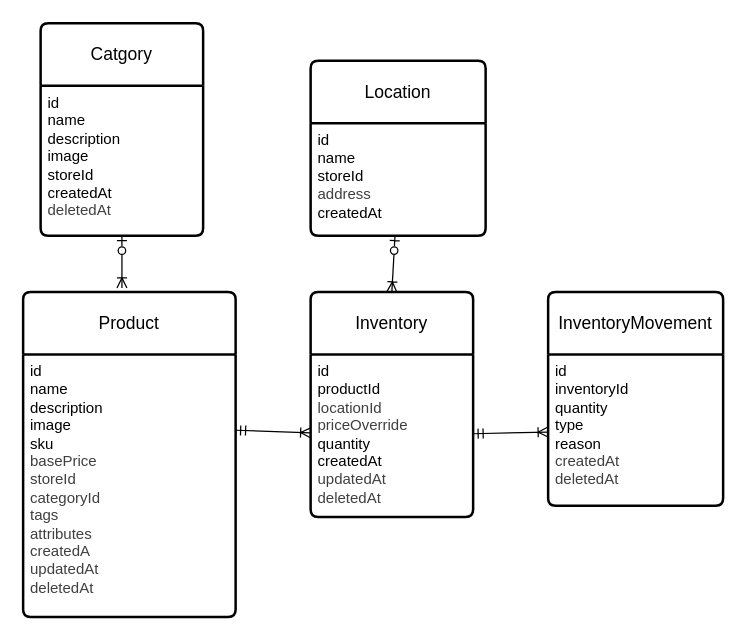
Before: docs/database-design.drawio in iamArvy/inventra-inventory-service, a draw.io diagram. Source tidied: cells renumbered, new cells numbered last; positions are measured from the earlier drawing's top-left corner, leaving out a move shared by most shapes. Both pictures are drawn from the tidied source at 125%, with x=0, y=0 at pixel (22, 22).
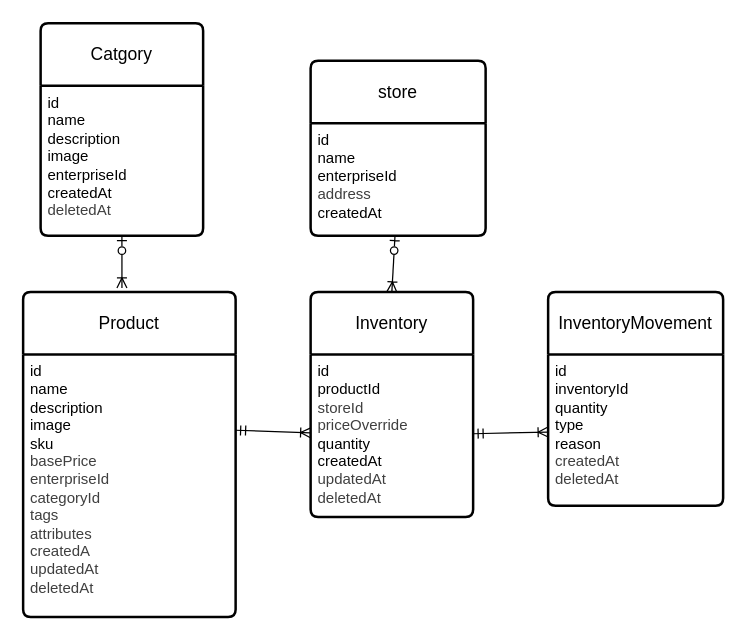
The same page after the edit.

Change to the diagram source:
```diff
@@
 <mxGraphModel>
   <root>
     <mxCell id="0" />
     <mxCell id="1" parent="0" />
     <mxCell id="2" value="Product" style="swimlane;horizontal=1;startSize=50;rounded=1;fontSize=14;fontStyle=0;strokeWidth=2;shadow=0;dashed=0;align=center;arcSize=4;whiteSpace=wrap;html=1;" parent="1" vertex="1">
       <mxGeometry y="215" width="170" height="260" as="geometry" />
     </mxCell>
-    <mxCell id="3" value="id&lt;br&gt;name&lt;div&gt;&lt;div&gt;&lt;div&gt;description&lt;/div&gt;&lt;div&gt;image&lt;/div&gt;&lt;div&gt;sku&lt;/div&gt;&lt;div&gt;&lt;span style=&quot;color: rgb(63, 63, 63); background-color: transparent;&quot;&gt;basePrice&lt;/span&gt;&lt;/div&gt;&lt;div&gt;&lt;span style=&quot;color: rgb(63, 63, 63); background-color: transparent;&quot;&gt;storeId&lt;/span&gt;&lt;/div&gt;&lt;div&gt;&lt;span style=&quot;color: rgb(63, 63, 63); background-color: transparent;&quot;&gt;categoryId&lt;/span&gt;&lt;/div&gt;&lt;div&gt;&lt;span style=&quot;color: rgb(63, 63, 63); background-color: transparent;&quot;&gt;tags&lt;/span&gt;&lt;/div&gt;&lt;div&gt;&lt;span style=&quot;color: rgb(63, 63, 63); background-color: transparent;&quot;&gt;attributes&lt;/span&gt;&lt;/div&gt;&lt;div&gt;&lt;span style=&quot;color: rgb(63, 63, 63); background-color: transparent;&quot;&gt;createdA&lt;/span&gt;&lt;/div&gt;&lt;div&gt;&lt;span style=&quot;color: rgb(63, 63, 63); background-color: transparent;&quot;&gt;updatedAt&lt;/span&gt;&lt;/div&gt;&lt;div&gt;&lt;span style=&quot;color: rgb(63, 63, 63); background-color: transparent;&quot;&gt;deletedAt&lt;/span&gt;&lt;/div&gt;&lt;/div&gt;&lt;/div&gt;" style="align=left;strokeColor=none;fillColor=none;spacingLeft=4;fontSize=12;verticalAlign=top;html=1;" parent="2" vertex="1">
+    <mxCell id="3" value="id&lt;br&gt;name&lt;div&gt;&lt;div&gt;&lt;div&gt;description&lt;/div&gt;&lt;div&gt;image&lt;/div&gt;&lt;div&gt;sku&lt;/div&gt;&lt;div&gt;&lt;span style=&quot;color: rgb(63, 63, 63); background-color: transparent;&quot;&gt;basePrice&lt;/span&gt;&lt;/div&gt;&lt;div&gt;&lt;span style=&quot;color: rgb(63, 63, 63); background-color: transparent;&quot;&gt;enterpriseId&lt;/span&gt;&lt;/div&gt;&lt;div&gt;&lt;span style=&quot;color: rgb(63, 63, 63); background-color: transparent;&quot;&gt;categoryId&lt;/span&gt;&lt;/div&gt;&lt;div&gt;&lt;span style=&quot;color: rgb(63, 63, 63); background-color: transparent;&quot;&gt;tags&lt;/span&gt;&lt;/div&gt;&lt;div&gt;&lt;span style=&quot;color: rgb(63, 63, 63); background-color: transparent;&quot;&gt;attributes&lt;/span&gt;&lt;/div&gt;&lt;div&gt;&lt;span style=&quot;color: rgb(63, 63, 63); background-color: transparent;&quot;&gt;createdA&lt;/span&gt;&lt;/div&gt;&lt;div&gt;&lt;span style=&quot;color: rgb(63, 63, 63); background-color: transparent;&quot;&gt;updatedAt&lt;/span&gt;&lt;/div&gt;&lt;div&gt;&lt;span style=&quot;color: rgb(63, 63, 63); background-color: transparent;&quot;&gt;deletedAt&lt;/span&gt;&lt;/div&gt;&lt;/div&gt;&lt;/div&gt;" style="align=left;strokeColor=none;fillColor=none;spacingLeft=4;fontSize=12;verticalAlign=top;html=1;" parent="2" vertex="1">
       <mxGeometry y="50" width="170" height="210" as="geometry" />
     </mxCell>
     <mxCell id="4" value="Catgory" style="swimlane;horizontal=1;startSize=50;rounded=1;fontSize=14;fontStyle=0;strokeWidth=2;shadow=0;dashed=0;align=center;arcSize=4;whiteSpace=wrap;html=1;" parent="1" vertex="1">
       <mxGeometry x="14" width="130" height="170" as="geometry" />
     </mxCell>
-    <mxCell id="5" value="id&lt;br&gt;name&lt;div&gt;description&lt;/div&gt;&lt;div&gt;image&lt;/div&gt;&lt;div&gt;&lt;span style=&quot;background-color: transparent;&quot;&gt;storeId&lt;/span&gt;&lt;/div&gt;&lt;div&gt;&lt;span style=&quot;background-color: transparent;&quot;&gt;createdAt&lt;/span&gt;&lt;/div&gt;&lt;div&gt;&lt;span style=&quot;color: rgb(63, 63, 63); background-color: transparent;&quot;&gt;deletedAt&lt;/span&gt;&lt;/div&gt;" style="align=left;strokeColor=none;fillColor=none;spacingLeft=4;fontSize=12;verticalAlign=top;html=1;" parent="4" vertex="1">
+    <mxCell id="5" value="id&lt;br&gt;name&lt;div&gt;description&lt;/div&gt;&lt;div&gt;image&lt;/div&gt;&lt;div&gt;&lt;span style=&quot;background-color: transparent;&quot;&gt;enterpriseId&lt;/span&gt;&lt;/div&gt;&lt;div&gt;&lt;span style=&quot;background-color: transparent;&quot;&gt;createdAt&lt;/span&gt;&lt;/div&gt;&lt;div&gt;&lt;span style=&quot;color: rgb(63, 63, 63); background-color: transparent;&quot;&gt;deletedAt&lt;/span&gt;&lt;/div&gt;" style="align=left;strokeColor=none;fillColor=none;spacingLeft=4;fontSize=12;verticalAlign=top;html=1;" parent="4" vertex="1">
       <mxGeometry y="50" width="130" height="120" as="geometry" />
     </mxCell>
-    <mxCell id="6" value="Location" style="swimlane;horizontal=1;startSize=50;rounded=1;fontSize=14;fontStyle=0;strokeWidth=2;shadow=0;dashed=0;align=center;arcSize=4;whiteSpace=wrap;html=1;" parent="1" vertex="1">
+    <mxCell id="6" value="store" style="swimlane;horizontal=1;startSize=50;rounded=1;fontSize=14;fontStyle=0;strokeWidth=2;shadow=0;dashed=0;align=center;arcSize=4;whiteSpace=wrap;html=1;" parent="1" vertex="1">
       <mxGeometry x="230" y="30" width="140" height="140" as="geometry" />
     </mxCell>
-    <mxCell id="7" value="id&lt;br&gt;name&lt;div&gt;&lt;span style=&quot;background-color: transparent;&quot;&gt;storeId&lt;/span&gt;&lt;/div&gt;&lt;div&gt;&lt;span style=&quot;color: rgb(63, 63, 63); background-color: transparent;&quot;&gt;address&lt;/span&gt;&lt;/div&gt;&lt;div&gt;&lt;span style=&quot;background-color: transparent;&quot;&gt;createdAt&lt;/span&gt;&lt;/div&gt;" style="align=left;strokeColor=none;fillColor=none;spacingLeft=4;fontSize=12;verticalAlign=top;html=1;" parent="6" vertex="1">
+    <mxCell id="7" value="id&lt;br&gt;name&lt;div&gt;&lt;span style=&quot;background-color: transparent;&quot;&gt;enterpriseId&lt;/span&gt;&lt;/div&gt;&lt;div&gt;&lt;span style=&quot;color: rgb(63, 63, 63); background-color: transparent;&quot;&gt;address&lt;/span&gt;&lt;/div&gt;&lt;div&gt;&lt;span style=&quot;background-color: transparent;&quot;&gt;createdAt&lt;/span&gt;&lt;/div&gt;" style="align=left;strokeColor=none;fillColor=none;spacingLeft=4;fontSize=12;verticalAlign=top;html=1;" parent="6" vertex="1">
       <mxGeometry y="50" width="140" height="90" as="geometry" />
     </mxCell>
     <mxCell id="8" value="Inventory" style="swimlane;horizontal=1;startSize=50;rounded=1;fontSize=14;fontStyle=0;strokeWidth=2;shadow=0;dashed=0;align=center;arcSize=4;whiteSpace=wrap;html=1;" parent="1" vertex="1">
       <mxGeometry x="230" y="215" width="130" height="180" as="geometry" />
     </mxCell>
-    <mxCell id="9" value="id&lt;br&gt;&lt;div&gt;&lt;font color=&quot;#000000&quot;&gt;productId&lt;/font&gt;&lt;/div&gt;&lt;div&gt;&lt;span style=&quot;color: rgb(63, 63, 63); background-color: transparent;&quot;&gt;locationId&lt;/span&gt;&lt;/div&gt;&lt;div&gt;&lt;span style=&quot;color: rgb(63, 63, 63); background-color: transparent;&quot;&gt;priceOverride&lt;/span&gt;&lt;/div&gt;&lt;div&gt;quantity&lt;/div&gt;&lt;div&gt;&lt;span style=&quot;background-color: transparent;&quot;&gt;createdAt&lt;/span&gt;&lt;/div&gt;&lt;div&gt;&lt;span style=&quot;color: rgb(63, 63, 63);&quot;&gt;updatedAt&lt;/span&gt;&lt;span style=&quot;background-color: transparent;&quot;&gt;&lt;/span&gt;&lt;/div&gt;&lt;div&gt;&lt;span style=&quot;color: rgb(63, 63, 63); background-color: transparent;&quot;&gt;deletedAt&lt;/span&gt;&lt;/div&gt;" style="align=left;strokeColor=none;fillColor=none;spacingLeft=4;fontSize=12;verticalAlign=top;html=1;" parent="8" vertex="1">
+    <mxCell id="9" value="id&lt;br&gt;&lt;div&gt;&lt;font color=&quot;#000000&quot;&gt;productId&lt;/font&gt;&lt;/div&gt;&lt;div&gt;&lt;span style=&quot;color: rgb(63, 63, 63); background-color: transparent;&quot;&gt;storeId&lt;/span&gt;&lt;/div&gt;&lt;div&gt;&lt;span style=&quot;color: rgb(63, 63, 63); background-color: transparent;&quot;&gt;priceOverride&lt;/span&gt;&lt;/div&gt;&lt;div&gt;quantity&lt;/div&gt;&lt;div&gt;&lt;span style=&quot;background-color: transparent;&quot;&gt;createdAt&lt;/span&gt;&lt;/div&gt;&lt;div&gt;&lt;span style=&quot;color: rgb(63, 63, 63);&quot;&gt;updatedAt&lt;/span&gt;&lt;span style=&quot;background-color: transparent;&quot;&gt;&lt;/span&gt;&lt;/div&gt;&lt;div&gt;&lt;span style=&quot;color: rgb(63, 63, 63); background-color: transparent;&quot;&gt;deletedAt&lt;/span&gt;&lt;/div&gt;" style="align=left;strokeColor=none;fillColor=none;spacingLeft=4;fontSize=12;verticalAlign=top;html=1;" parent="8" vertex="1">
       <mxGeometry y="50" width="130" height="130" as="geometry" />
     </mxCell>
     <mxCell id="10" value="InventoryMovement" style="swimlane;horizontal=1;startSize=50;rounded=1;fontSize=14;fontStyle=0;strokeWidth=2;shadow=0;dashed=0;align=center;arcSize=4;whiteSpace=wrap;html=1;" parent="1" vertex="1">
       <mxGeometry x="420" y="215" width="140" height="171" as="geometry" />
     </mxCell>
     <mxCell id="11" value="id&lt;br&gt;&lt;div&gt;&lt;font color=&quot;#000000&quot;&gt;inventoryId&lt;/font&gt;&lt;/div&gt;&lt;div&gt;&lt;font color=&quot;#000000&quot;&gt;quantity&lt;/font&gt;&lt;/div&gt;&lt;div&gt;&lt;font color=&quot;#000000&quot;&gt;type&lt;/font&gt;&lt;/div&gt;&lt;div&gt;&lt;font color=&quot;#000000&quot;&gt;reason&lt;/font&gt;&lt;/div&gt;&lt;div&gt;&lt;span style=&quot;color: rgb(63, 63, 63); background-color: transparent;&quot;&gt;createdAt&lt;/span&gt;&lt;/div&gt;&lt;div&gt;&lt;span style=&quot;color: rgb(63, 63, 63); background-color: transparent;&quot;&gt;deletedAt&lt;/span&gt;&lt;/div&gt;" style="align=left;strokeColor=none;fillColor=none;spacingLeft=4;fontSize=12;verticalAlign=top;html=1;" parent="10" vertex="1">
       <mxGeometry y="50" width="140" height="121" as="geometry" />
     </mxCell>
     <mxCell id="12" style="edgeStyle=none;html=1;entryX=0.465;entryY=-0.012;entryDx=0;entryDy=0;entryPerimeter=0;endArrow=ERoneToMany;endFill=0;startArrow=ERzeroToOne;startFill=0;" parent="1" edge="1" source="4" target="2">
       <mxGeometry relative="1" as="geometry" />
     </mxCell>
     <mxCell id="13" style="edgeStyle=none;html=1;startArrow=ERmandOne;startFill=0;endArrow=ERoneToMany;endFill=0;" parent="1" edge="1" target="9">
       <mxGeometry relative="1" as="geometry">
         <mxPoint x="170" y="325.7" as="sourcePoint" />
       </mxGeometry>
     </mxCell>
     <mxCell id="14" style="edgeStyle=none;html=1;startArrow=ERmandOne;startFill=0;endArrow=ERoneToMany;endFill=0;" parent="1" edge="1" source="9" target="11">
       <mxGeometry relative="1" as="geometry" />
     </mxCell>
     <mxCell id="15" style="edgeStyle=none;html=1;entryX=0.5;entryY=0;entryDx=0;entryDy=0;endArrow=ERoneToMany;endFill=0;startArrow=ERzeroToOne;startFill=0;" parent="1" edge="1" source="7" target="8">
       <mxGeometry relative="1" as="geometry" />
     </mxCell>
   </root>
 </mxGraphModel>
```
